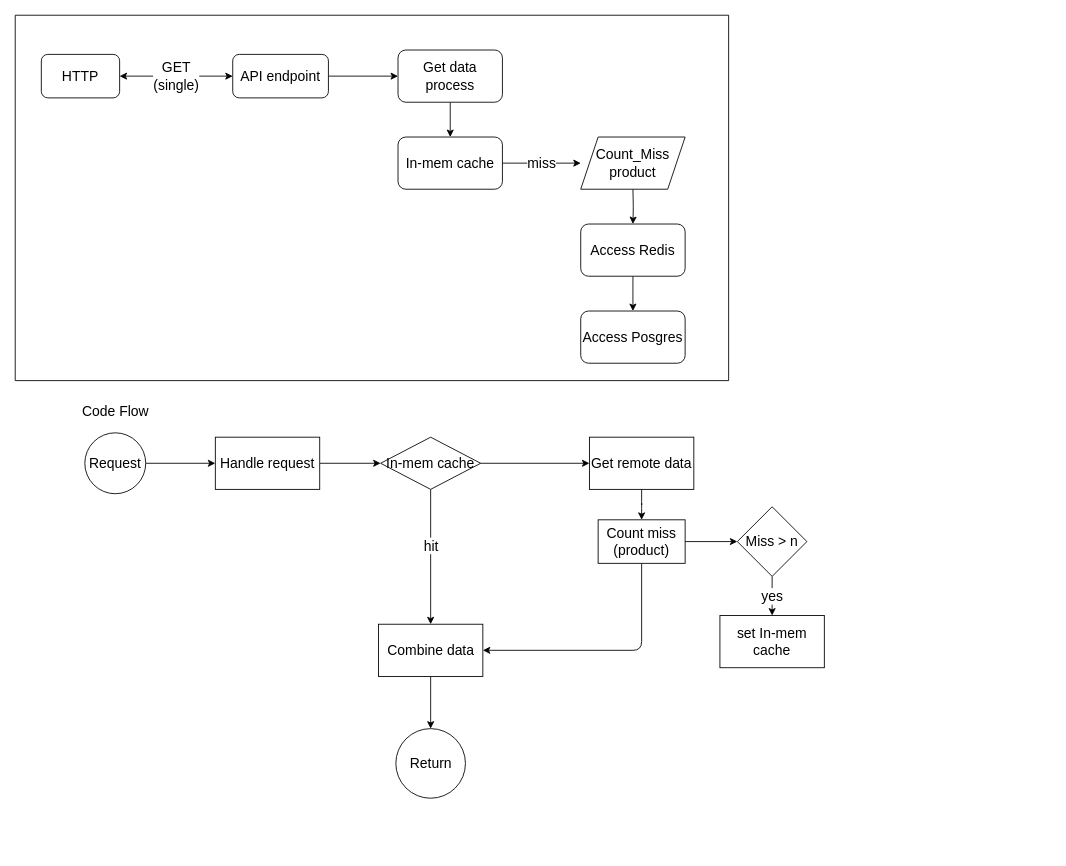
Above: page "get single product" (2 of 3) of architecture-ecommerce.drawio in shifuvn/diagram (draw.io), before the change. Source tidied: cells renumbered, new cells numbered last; positions are measured from the earlier drawing's top-left corner, leaving out a move shared by most shapes. Both pictures are drawn from the tidied source at 87%, with x=0, y=0 at pixel (15, 15).
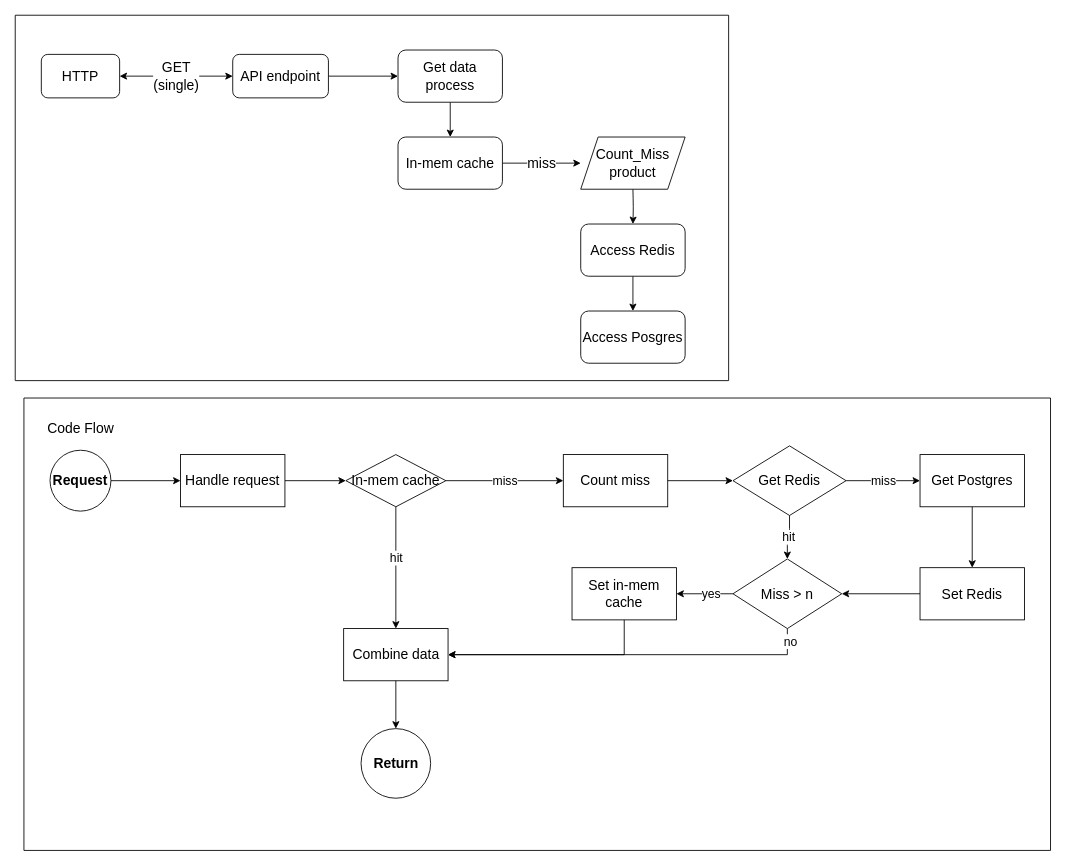
The same page after the edit.

Diff of the diagram source:
```diff
@@
-    <mxCell id="16" value="Request" style="ellipse;whiteSpace=wrap;html=1;fontSize=16;" parent="1" vertex="1">
-      <mxGeometry x="80" y="480" width="70" height="70" as="geometry" />
+    <mxCell id="16" value="&lt;b&gt;Request&lt;/b&gt;" style="ellipse;whiteSpace=wrap;html=1;fontSize=16;" parent="1" vertex="1">
+      <mxGeometry x="40" y="500" width="70" height="70" as="geometry" />
     </mxCell>
@@
     <mxCell id="18" value="Handle request" style="rounded=0;whiteSpace=wrap;html=1;fontSize=16;" parent="1" vertex="1">
-      <mxGeometry x="230" y="485" width="120" height="60" as="geometry" />
+      <mxGeometry x="190" y="505" width="120" height="60" as="geometry" />
     </mxCell>
-    <mxCell id="19" value="hit" style="edgeStyle=orthogonalEdgeStyle;rounded=1;jettySize=auto;html=1;fontSize=16;startArrow=none;startFill=0;exitX=0.5;exitY=1;exitDx=0;exitDy=0;" parent="1" edge="1" source="21" target="23">
+    <mxCell id="19" value="hit" style="edgeStyle=orthogonalEdgeStyle;rounded=1;jettySize=auto;html=1;fontSize=14;startArrow=none;startFill=0;exitX=0.5;exitY=1;exitDx=0;exitDy=0;" parent="1" edge="1" source="21" target="23">
       <mxGeometry x="-0.16" relative="1" as="geometry" />
     </mxCell>
-    <mxCell id="20" style="edgeStyle=orthogonalEdgeStyle;rounded=1;jettySize=auto;html=1;fontSize=16;startArrow=none;startFill=0;" parent="1" edge="1" source="21" target="27">
+    <mxCell id="20" value="miss" style="edgeStyle=orthogonalEdgeStyle;rounded=1;jettySize=auto;html=1;fontSize=14;startArrow=none;startFill=0;entryX=0;entryY=0.5;entryDx=0;entryDy=0;" parent="1" edge="1" source="21" target="36">
       <mxGeometry relative="1" as="geometry" />
     </mxCell>
     <mxCell id="21" value="In-mem cache" style="rhombus;whiteSpace=wrap;html=1;fontSize=16;" parent="1" vertex="1">
-      <mxGeometry x="420" y="485" width="115" height="60" as="geometry" />
+      <mxGeometry x="380" y="505" width="115" height="60" as="geometry" />
     </mxCell>
-    <mxCell id="22" style="edgeStyle=orthogonalEdgeStyle;rounded=1;jettySize=auto;html=1;fontSize=16;startArrow=none;startFill=0;" parent="1" edge="1" source="23" target="24">
-      <mxGeometry relative="1" as="geometry" />
-    </mxCell>
+    <mxCell id="25" value="Code Flow" style="text;html=1;strokeColor=none;fillColor=none;align=center;verticalAlign=middle;whiteSpace=wrap;rounded=0;fontSize=16;" parent="1" vertex="1">
+      <mxGeometry x="17.5" y="460" width="115" height="30" as="geometry" />
+    </mxCell>
+    <mxCell id="28" style="swimlane;startSize=0;fontSize=16;" parent="1" vertex="1">
+      <mxGeometry width="820" height="420" as="geometry" />
+    </mxCell>
+    <mxCell id="35" style="swimlane;startSize=0;fontSize=16;" parent="1" vertex="1">
+      <mxGeometry x="10" y="440" width="1180" height="520" as="geometry" />
+    </mxCell>
-    <mxCell id="23" value="Combine data" style="rounded=0;whiteSpace=wrap;html=1;fontSize=16;" parent="1" vertex="1">
-      <mxGeometry x="417.5" y="700" width="120" height="60" as="geometry" />
+    <mxCell id="23" value="Combine data" style="rounded=0;whiteSpace=wrap;html=1;fontSize=16;" parent="35" vertex="1">
+      <mxGeometry x="367.5" y="265" width="120" height="60" as="geometry" />
     </mxCell>
-    <mxCell id="24" value="Return" style="ellipse;whiteSpace=wrap;html=1;fontSize=16;" parent="1" vertex="1">
-      <mxGeometry x="437.5" y="820" width="80" height="80" as="geometry" />
+    <mxCell id="24" value="&lt;b&gt;Return&lt;/b&gt;" style="ellipse;whiteSpace=wrap;html=1;fontSize=16;" parent="35" vertex="1">
+      <mxGeometry x="387.5" y="380" width="80" height="80" as="geometry" />
     </mxCell>
-    <mxCell id="25" value="Code Flow" style="text;html=1;strokeColor=none;fillColor=none;align=center;verticalAlign=middle;whiteSpace=wrap;rounded=0;fontSize=16;" parent="1" vertex="1">
-      <mxGeometry x="57.5" y="440" width="115" height="30" as="geometry" />
-    </mxCell>
-    <mxCell id="26" style="edgeStyle=orthogonalEdgeStyle;rounded=1;jettySize=auto;html=1;fontSize=16;startArrow=none;startFill=0;" parent="1" edge="1" source="27" target="31">
-      <mxGeometry relative="1" as="geometry" />
-    </mxCell>
-    <mxCell id="27" value="Get remote data" style="rounded=0;whiteSpace=wrap;html=1;fontSize=16;" parent="1" vertex="1">
-      <mxGeometry x="660" y="485" width="120" height="60" as="geometry" />
-    </mxCell>
-    <mxCell id="28" style="swimlane;startSize=0;fontSize=16;" parent="1" vertex="1">
-      <mxGeometry width="820" height="420" as="geometry" />
-    </mxCell>
-    <mxCell id="29" style="edgeStyle=orthogonalEdgeStyle;rounded=1;jettySize=auto;html=1;entryX=1;entryY=0.5;entryDx=0;entryDy=0;fontSize=16;startArrow=none;startFill=0;exitX=0.5;exitY=1;exitDx=0;exitDy=0;" parent="1" edge="1" source="31" target="23">
-      <mxGeometry relative="1" as="geometry" />
-    </mxCell>
-    <mxCell id="30" style="edgeStyle=orthogonalEdgeStyle;rounded=1;jettySize=auto;html=1;fontSize=16;startArrow=none;startFill=0;" parent="1" edge="1" source="31" target="33">
-      <mxGeometry relative="1" as="geometry" />
-    </mxCell>
-    <mxCell id="31" value="&lt;div&gt;Count miss&lt;/div&gt;&lt;div&gt;(product)&lt;br&gt;&lt;/div&gt;" style="rounded=0;whiteSpace=wrap;html=1;fontSize=16;" parent="1" vertex="1">
-      <mxGeometry x="670" y="580" width="100" height="50" as="geometry" />
-    </mxCell>
+    <mxCell id="22" style="edgeStyle=orthogonalEdgeStyle;rounded=1;jettySize=auto;html=1;fontSize=16;startArrow=none;startFill=0;" parent="35" edge="1" source="23" target="24">
+      <mxGeometry relative="1" as="geometry" />
+    </mxCell>
+    <mxCell id="36" value="Count miss" style="rounded=0;whiteSpace=wrap;html=1;fontSize=16;" parent="35" vertex="1">
+      <mxGeometry x="620" y="65" width="120" height="60" as="geometry" />
+    </mxCell>
+    <mxCell id="37" value="Get Redis" style="rhombus;whiteSpace=wrap;html=1;fontSize=16;" parent="35" vertex="1">
+      <mxGeometry x="815" y="55" width="130" height="80" as="geometry" />
+    </mxCell>
+    <mxCell id="38" style="edgeStyle=orthogonalEdgeStyle;rounded=1;jettySize=auto;html=1;fontSize=16;startArrow=none;startFill=0;" parent="35" edge="1" source="36" target="37">
+      <mxGeometry relative="1" as="geometry" />
+    </mxCell>
+    <mxCell id="39" value="Get Postgres" style="rounded=0;whiteSpace=wrap;html=1;fontSize=16;" parent="35" vertex="1">
+      <mxGeometry x="1030" y="65" width="120" height="60" as="geometry" />
+    </mxCell>
+    <mxCell id="40" value="miss" style="edgeStyle=orthogonalEdgeStyle;rounded=1;jettySize=auto;html=1;fontSize=14;startArrow=none;startFill=0;" parent="35" edge="1" source="37" target="39">
+      <mxGeometry relative="1" as="geometry" />
+    </mxCell>
+    <mxCell id="41" value="Set Redis" style="rounded=0;whiteSpace=wrap;html=1;fontSize=16;" parent="35" vertex="1">
+      <mxGeometry x="1030" y="195" width="120" height="60" as="geometry" />
+    </mxCell>
+    <mxCell id="42" style="edgeStyle=orthogonalEdgeStyle;rounded=1;jettySize=auto;html=1;fontSize=16;startArrow=none;startFill=0;" parent="35" edge="1" source="39" target="41">
+      <mxGeometry relative="1" as="geometry" />
+    </mxCell>
+    <mxCell id="43" value="no" style="edgeStyle=orthogonalEdgeStyle;rounded=0;jettySize=auto;html=1;entryX=1;entryY=0.5;entryDx=0;entryDy=0;fontSize=14;startArrow=none;startFill=0;exitX=0.5;exitY=1;exitDx=0;exitDy=0;" parent="35" edge="1" source="33" target="23">
+      <mxGeometry x="-0.93" y="3" relative="1" as="geometry" />
+    </mxCell>
+    <mxCell id="33" value="Miss &amp;gt; n" style="rhombus;whiteSpace=wrap;html=1;fontSize=16;" parent="35" vertex="1">
+      <mxGeometry x="815" y="185" width="125" height="80" as="geometry" />
+    </mxCell>
+    <mxCell id="44" value="hit" style="edgeStyle=orthogonalEdgeStyle;rounded=1;jettySize=auto;html=1;entryX=0.5;entryY=0;entryDx=0;entryDy=0;fontSize=14;startArrow=none;startFill=0;" parent="35" edge="1" source="37" target="33">
+      <mxGeometry relative="1" as="geometry" />
+    </mxCell>
+    <mxCell id="45" style="edgeStyle=orthogonalEdgeStyle;rounded=1;jettySize=auto;html=1;fontSize=16;startArrow=none;startFill=0;" parent="35" edge="1" source="41" target="33">
+      <mxGeometry relative="1" as="geometry" />
+    </mxCell>
+    <mxCell id="46" style="edgeStyle=orthogonalEdgeStyle;rounded=0;jettySize=auto;html=1;entryX=1;entryY=0.5;entryDx=0;entryDy=0;fontSize=14;startArrow=none;startFill=0;exitX=0.5;exitY=1;exitDx=0;exitDy=0;" parent="35" edge="1" source="47" target="23">
+      <mxGeometry relative="1" as="geometry" />
+    </mxCell>
+    <mxCell id="47" value="Set in-mem cache" style="rounded=0;whiteSpace=wrap;html=1;fontSize=16;" parent="35" vertex="1">
+      <mxGeometry x="630" y="195" width="120" height="60" as="geometry" />
+    </mxCell>
-    <mxCell id="32" value="yes" style="edgeStyle=orthogonalEdgeStyle;rounded=1;jettySize=auto;html=1;entryX=0.5;entryY=0;entryDx=0;entryDy=0;fontSize=16;startArrow=none;startFill=0;" parent="1" edge="1" source="33" target="34">
-      <mxGeometry relative="1" as="geometry" />
+    <mxCell id="32" value="yes" style="edgeStyle=orthogonalEdgeStyle;rounded=1;jettySize=auto;html=1;fontSize=14;startArrow=none;startFill=0;" parent="35" edge="1" source="33" target="47">
+      <mxGeometry x="-0.23" relative="1" as="geometry" />
     </mxCell>
-    <mxCell id="33" value="Miss &amp;gt; n" style="rhombus;whiteSpace=wrap;html=1;fontSize=16;" parent="1" vertex="1">
-      <mxGeometry x="830" y="565" width="80" height="80" as="geometry" />
-    </mxCell>
-    <mxCell id="34" value="set In-mem cache" style="rounded=0;whiteSpace=wrap;html=1;fontSize=16;" parent="1" vertex="1">
-      <mxGeometry x="810" y="690" width="120" height="60" as="geometry" />
-    </mxCell>
```
